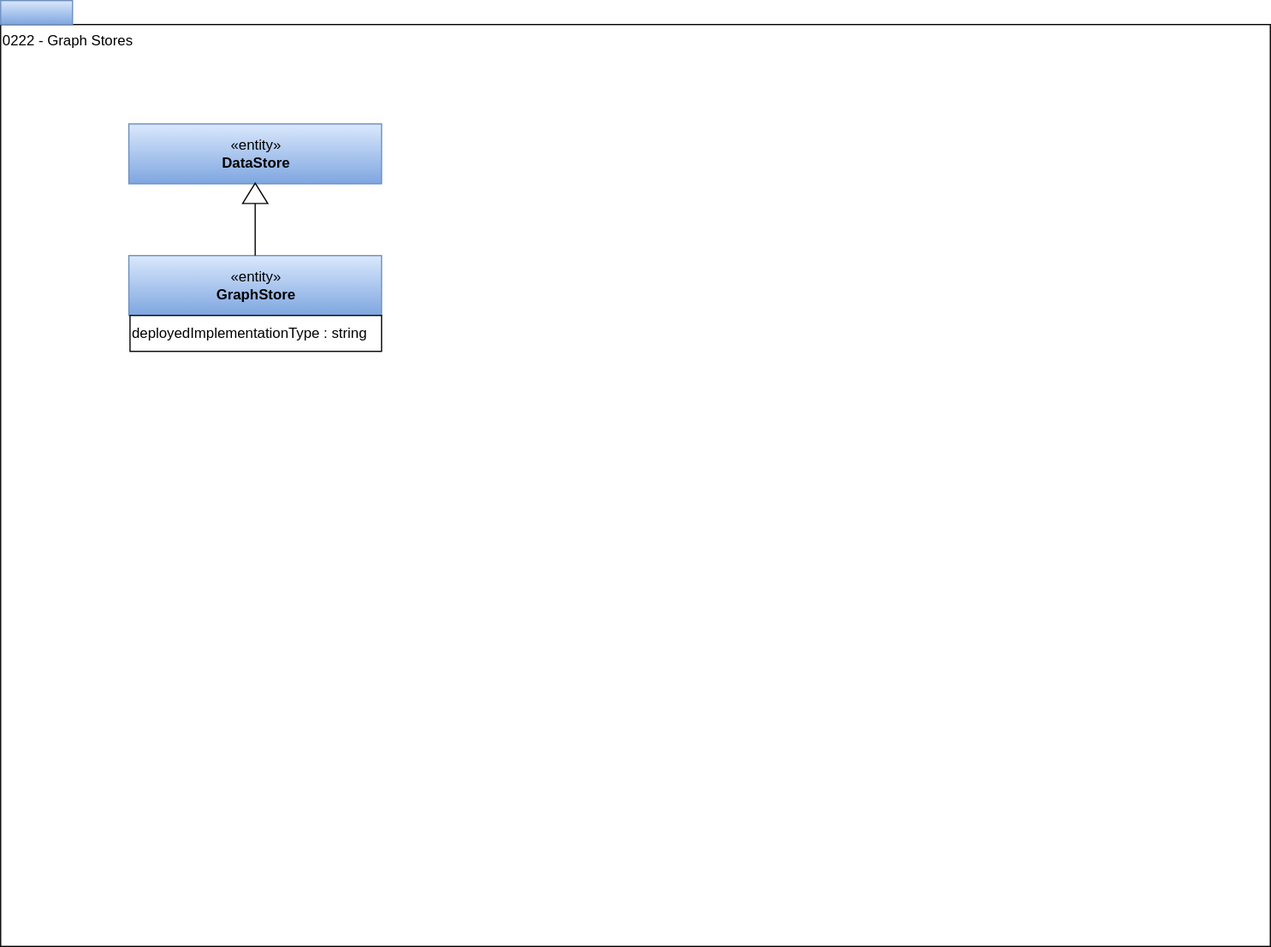
odpi/egeria-docs keeps this draw.io diagram as site/docs/types/2/0222-Graph-Stores.svg. Above is the earlier version. Source tidied: cells renumbered, new cells last; positions are measured from the earlier drawing's top-left corner, leaving out a move shared by most shapes. The source it was exported from:
```xml
<mxGraphModel>
  <root>
    <mxCell id="0" />
    <mxCell id="1" parent="0" />
    <mxCell id="2" value="0222 - Graph Stores" style="rounded=0;whiteSpace=wrap;html=1;align=left;verticalAlign=top;" parent="1" vertex="1">
      <mxGeometry y="20" width="1060" height="770" as="geometry" />
    </mxCell>
    <mxCell id="3" style="rounded=0;whiteSpace=wrap;html=1;align=left;fillColor=#dae8fc;strokeColor=#6c8ebf;gradientColor=#7ea6e0;" parent="1" vertex="1">
      <mxGeometry width="60" height="20" as="geometry" />
    </mxCell>
    <mxCell id="4" value="«entity»&lt;br&gt;&lt;b&gt;DataStore&lt;/b&gt;" style="html=1;strokeColor=#6c8ebf;align=center;fillColor=#dae8fc;gradientColor=#7ea6e0;" parent="1" vertex="1">
      <mxGeometry x="107" y="103" width="211" height="50" as="geometry" />
    </mxCell>
    <mxCell id="5" value="«entity»&lt;br&gt;&lt;b&gt;GraphStore&lt;/b&gt;" style="html=1;strokeColor=#6c8ebf;align=center;fillColor=#dae8fc;gradientColor=#7ea6e0;" parent="1" vertex="1">
      <mxGeometry x="107" y="213" width="211" height="50" as="geometry" />
    </mxCell>
    <mxCell id="6" value="deployedImplementationType : string" style="rounded=0;whiteSpace=wrap;html=1;strokeColor=#000000;gradientColor=#ffffff;align=left;" parent="1" vertex="1">
      <mxGeometry x="108" y="263" width="210" height="30" as="geometry" />
    </mxCell>
    <mxCell id="7" style="edgeStyle=orthogonalEdgeStyle;rounded=0;jettySize=auto;html=1;exitX=0;exitY=0.5;exitDx=0;exitDy=0;endArrow=none;endFill=0;" parent="1" edge="1" source="8" target="5">
      <mxGeometry relative="1" as="geometry" />
    </mxCell>
    <mxCell id="8" style="triangle;whiteSpace=wrap;html=1;strokeColor=#000000;gradientColor=#ffffff;align=center;rotation=-90;" parent="1" vertex="1">
      <mxGeometry x="204" y="150.5" width="17" height="21" as="geometry" />
    </mxCell>
  </root>
</mxGraphModel>
```
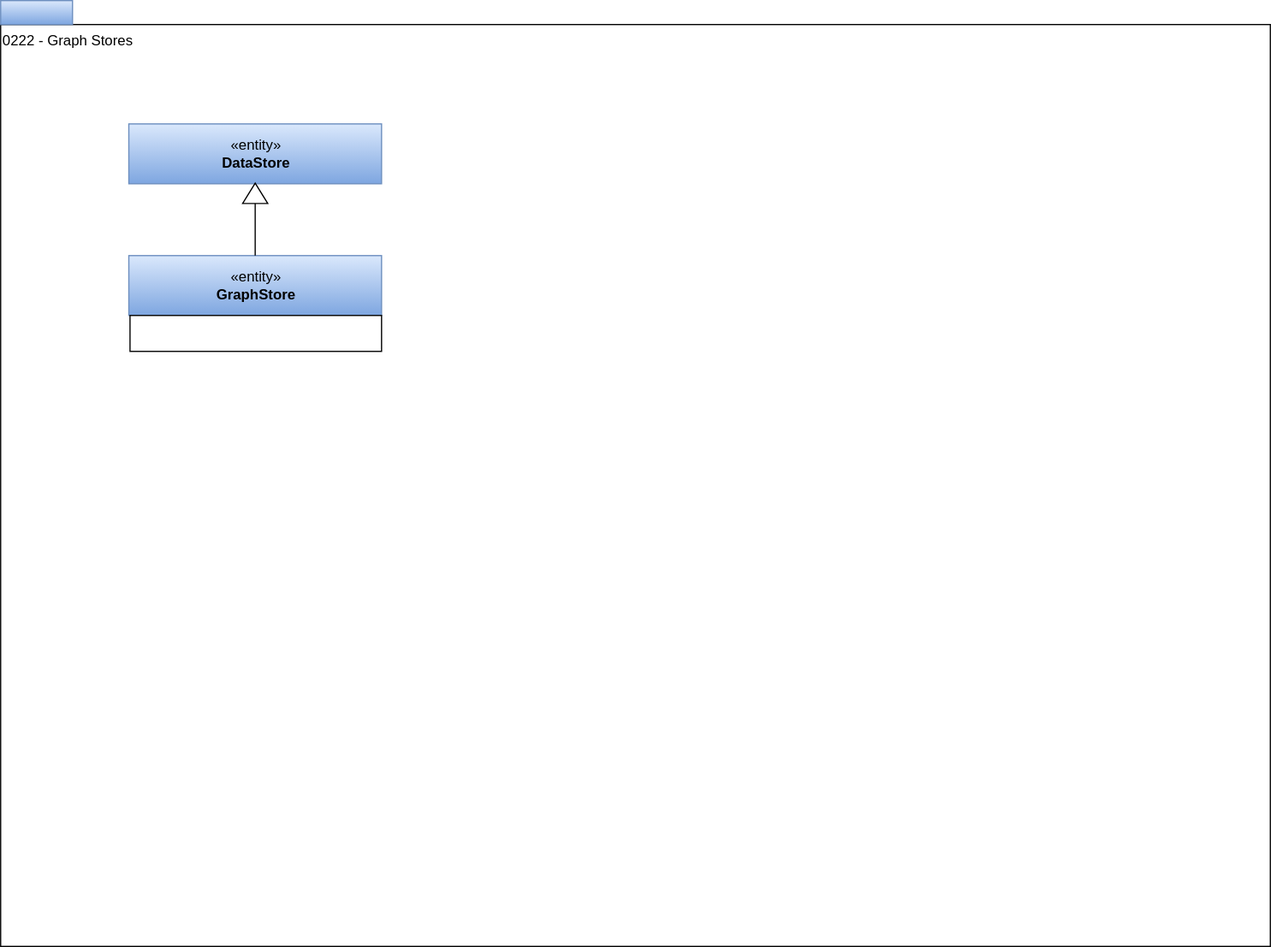
After the commit.

What changed in the source:
```diff
@@ -14,7 +14,7 @@
     <mxCell id="5" value="«entity»&lt;br&gt;&lt;b&gt;GraphStore&lt;/b&gt;" style="html=1;strokeColor=#6c8ebf;align=center;fillColor=#dae8fc;gradientColor=#7ea6e0;" parent="1" vertex="1">
       <mxGeometry x="107" y="213" width="211" height="50" as="geometry" />
     </mxCell>
-    <mxCell id="6" value="deployedImplementationType : string" style="rounded=0;whiteSpace=wrap;html=1;strokeColor=#000000;gradientColor=#ffffff;align=left;" parent="1" vertex="1">
+    <mxCell id="6" style="rounded=0;whiteSpace=wrap;html=1;strokeColor=#000000;gradientColor=#ffffff;align=left;" parent="1" vertex="1">
       <mxGeometry x="108" y="263" width="210" height="30" as="geometry" />
     </mxCell>
     <mxCell id="7" style="edgeStyle=orthogonalEdgeStyle;rounded=0;jettySize=auto;html=1;exitX=0;exitY=0.5;exitDx=0;exitDy=0;endArrow=none;endFill=0;" parent="1" edge="1" source="8" target="5">
```
